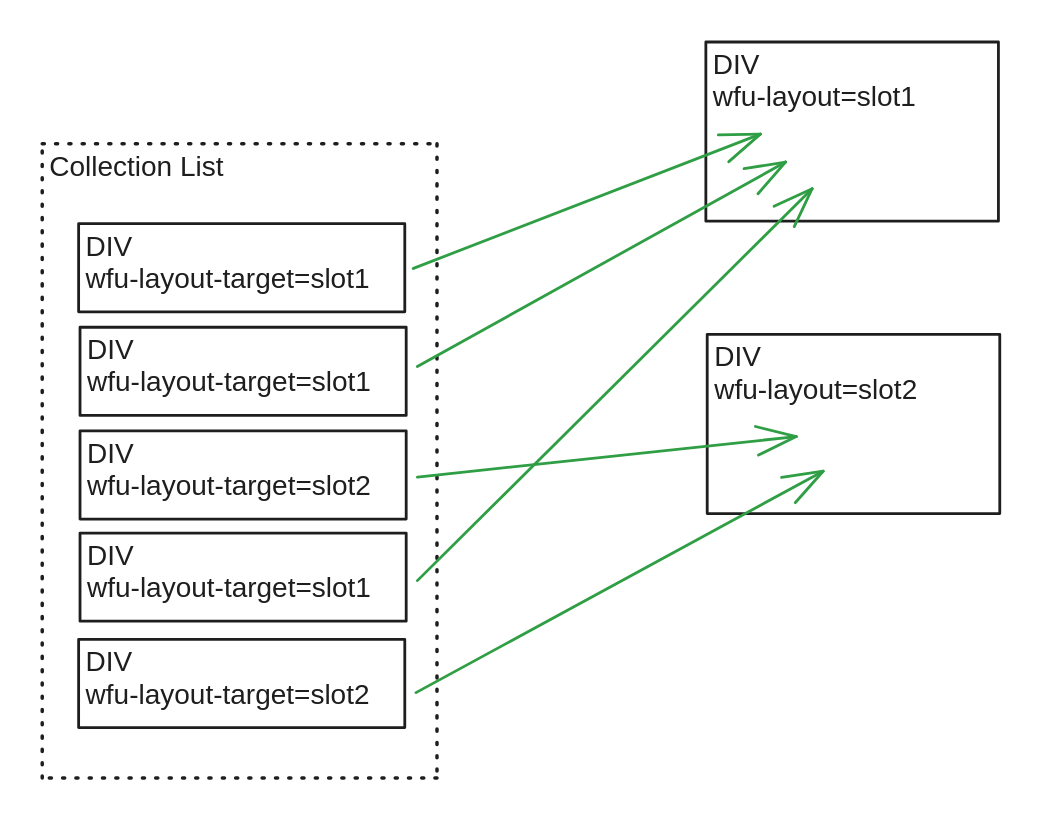
This is .gitbook/assets/file.excalidraw (2).svg from sygnaltech/sa5-docs, a Excalidraw export, as it was before one commit. Source tidied: one line per element, renumbered; positions are measured from the earlier drawing's top-left corner, leaving out a move shared by most shapes.
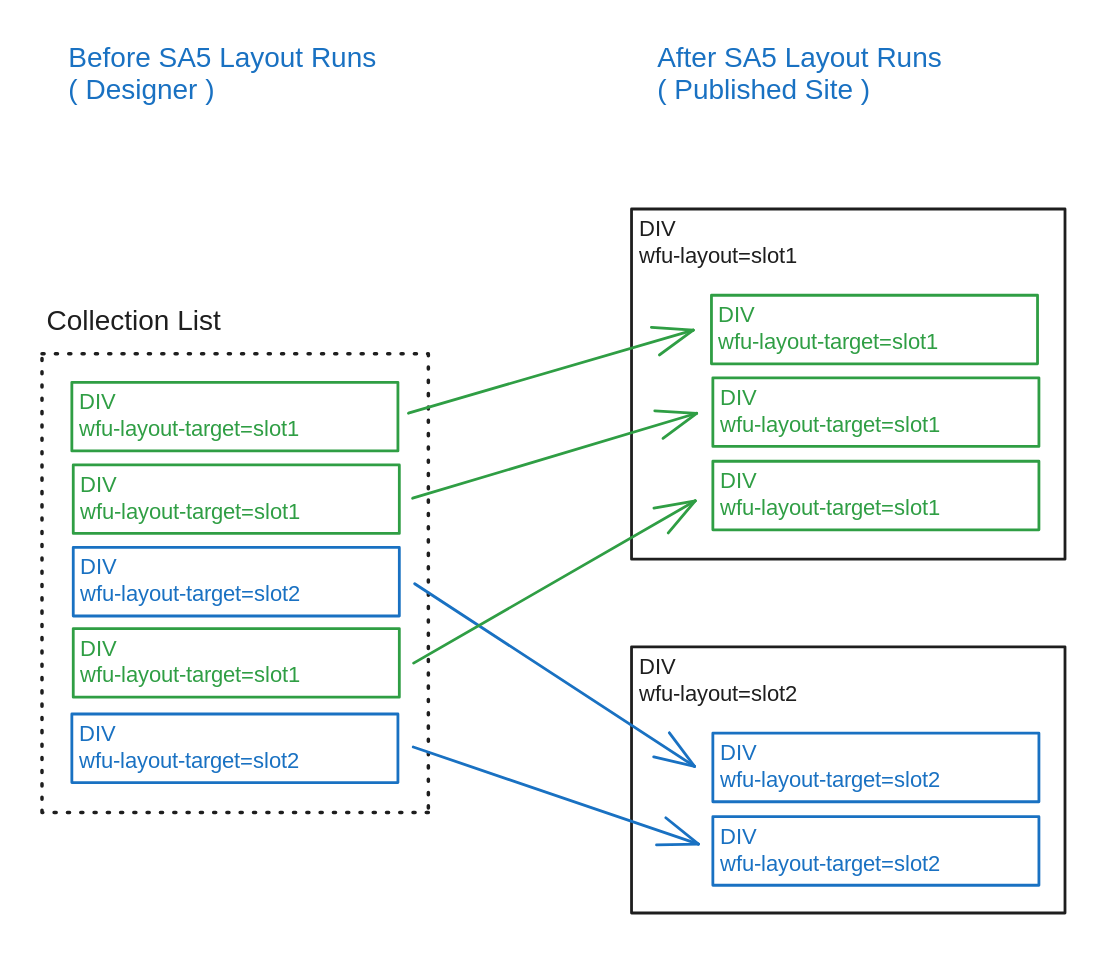
The same file after the commit.

What changed in the source:
```diff
@@ -1,21 +1,33 @@
-{"id": 0, "type": "rectangle", "strokeColor": "#1e1e1e", "strokeWidth": 2, "strokeStyle": "dotted", "roughness": 0, "x": 0, "y": 73, "width": 282, "height": 453}
-{"id": 1, "type": "text", "text": "Collection List", "strokeColor": "#1e1e1e", "strokeWidth": 2, "strokeStyle": "dotted", "roughness": 1, "fontSize": 20, "fontFamily": 2, "inside": 0, "x": 5, "y": 78, "width": 125, "height": 23}
+{"id": 21, "type": "rectangle", "strokeColor": "#1e1e1e", "strokeWidth": 2, "strokeStyle": "dotted", "roughness": 0, "x": 5, "y": 109, "width": 276, "height": 328}
-{"id": 2, "type": "rectangle", "strokeColor": "#1e1e1e", "strokeWidth": 2, "roughness": 0, "x": 474, "y": 0, "width": 209, "height": 128}
+{"id": 2, "type": "rectangle", "strokeColor": "#1e1e1e", "strokeWidth": 2, "roughness": 0, "x": 426, "y": 6, "width": 310, "height": 250}
-{"id": 3, "type": "text", "text": "DIV\nwfu-layout=slot1", "strokeColor": "#1e1e1e", "strokeWidth": 2, "roughness": 1, "fontSize": 20, "fontFamily": 2, "inside": 2, "x": 479, "y": 5, "width": 145, "height": 46}
+{"id": 3, "type": "text", "text": "DIV\nwfu-layout=slot1", "strokeColor": "#1e1e1e", "strokeWidth": 2, "roughness": 1, "fontSize": 16, "fontFamily": 3, "inside": 2, "x": 431, "y": 11, "width": 150, "height": 38}
-{"id": 4, "type": "rectangle", "strokeColor": "#1e1e1e", "strokeWidth": 2, "roughness": 0, "x": 475, "y": 209, "width": 209, "height": 128}
+{"id": 4, "type": "rectangle", "strokeColor": "#1e1e1e", "strokeWidth": 2, "roughness": 0, "x": 426, "y": 319, "width": 310, "height": 190}
-{"id": 5, "type": "text", "text": "DIV\nwfu-layout=slot2", "strokeColor": "#1e1e1e", "strokeWidth": 2, "roughness": 1, "fontSize": 20, "fontFamily": 2, "inside": 4, "x": 480, "y": 214, "width": 145, "height": 46}
+{"id": 5, "type": "text", "text": "DIV\nwfu-layout=slot2", "strokeColor": "#1e1e1e", "strokeWidth": 2, "roughness": 1, "fontSize": 16, "fontFamily": 3, "inside": 4, "x": 431, "y": 324, "width": 150, "height": 38}
-{"id": 6, "type": "rectangle", "strokeColor": "#1e1e1e", "strokeWidth": 2, "roughness": 0, "x": 26, "y": 130, "width": 233, "height": 63}
-{"id": 7, "type": "text", "text": "DIV\nwfu-layout-target=slot1", "strokeColor": "#1e1e1e", "strokeWidth": 2, "roughness": 1, "fontSize": 20, "fontFamily": 2, "inside": 6, "x": 31, "y": 135, "width": 203, "height": 46}
-{"id": 8, "type": "rectangle", "strokeColor": "#1e1e1e", "strokeWidth": 2, "roughness": 0, "x": 27, "y": 204, "width": 233, "height": 63}
-{"id": 9, "type": "text", "text": "DIV\nwfu-layout-target=slot1", "strokeColor": "#1e1e1e", "strokeWidth": 2, "roughness": 1, "fontSize": 20, "fontFamily": 2, "inside": 8, "x": 32, "y": 209, "width": 203, "height": 46}
-{"id": 10, "type": "rectangle", "strokeColor": "#1e1e1e", "strokeWidth": 2, "roughness": 0, "x": 27, "y": 278, "width": 233, "height": 63}
-{"id": 11, "type": "text", "text": "DIV\nwfu-layout-target=slot2", "strokeColor": "#1e1e1e", "strokeWidth": 2, "roughness": 1, "fontSize": 20, "fontFamily": 2, "inside": 10, "x": 32, "y": 283, "width": 203, "height": 46}
-{"id": 12, "type": "rectangle", "strokeColor": "#1e1e1e", "strokeWidth": 2, "roughness": 0, "x": 27, "y": 351, "width": 233, "height": 63}
-{"id": 13, "type": "text", "text": "DIV\nwfu-layout-target=slot1", "strokeColor": "#1e1e1e", "strokeWidth": 2, "roughness": 1, "fontSize": 20, "fontFamily": 2, "inside": 12, "x": 32, "y": 356, "width": 203, "height": 46}
-{"id": 14, "type": "rectangle", "strokeColor": "#1e1e1e", "strokeWidth": 2, "roughness": 0, "x": 26, "y": 427, "width": 233, "height": 63}
-{"id": 15, "type": "text", "text": "DIV\nwfu-layout-target=slot2", "strokeColor": "#1e1e1e", "strokeWidth": 2, "roughness": 1, "fontSize": 20, "fontFamily": 2, "inside": 14, "x": 31, "y": 432, "width": 203, "height": 46}
+{"id": 22, "type": "rectangle", "strokeColor": "#2f9e44", "strokeWidth": 2, "roughness": 0, "x": 26, "y": 130, "width": 233, "height": 49}
+{"id": 23, "type": "text", "text": "DIV\nwfu-layout-target=slot1", "strokeColor": "#2f9e44", "strokeWidth": 2, "roughness": 1, "fontSize": 16, "fontFamily": 3, "inside": 22, "x": 31, "y": 135, "width": 216, "height": 38}
+{"id": 24, "type": "rectangle", "strokeColor": "#2f9e44", "strokeWidth": 2, "roughness": 0, "x": 27, "y": 189, "width": 233, "height": 49}
+{"id": 25, "type": "text", "text": "DIV\nwfu-layout-target=slot1", "strokeColor": "#2f9e44", "strokeWidth": 2, "roughness": 1, "fontSize": 16, "fontFamily": 3, "inside": 24, "x": 32, "y": 194, "width": 216, "height": 38}
+{"id": 26, "type": "rectangle", "strokeColor": "#1971c2", "strokeWidth": 2, "roughness": 0, "x": 27, "y": 248, "width": 233, "height": 49}
+{"id": 27, "type": "text", "text": "DIV\nwfu-layout-target=slot2", "strokeColor": "#1971c2", "strokeWidth": 2, "roughness": 1, "fontSize": 16, "fontFamily": 3, "inside": 26, "x": 32, "y": 253, "width": 216, "height": 38}
+{"id": 28, "type": "rectangle", "strokeColor": "#2f9e44", "strokeWidth": 2, "roughness": 0, "x": 27, "y": 306, "width": 233, "height": 49}
+{"id": 29, "type": "text", "text": "DIV\nwfu-layout-target=slot1", "strokeColor": "#2f9e44", "strokeWidth": 2, "roughness": 1, "fontSize": 16, "fontFamily": 3, "inside": 28, "x": 32, "y": 311, "width": 216, "height": 38}
+{"id": 30, "type": "rectangle", "strokeColor": "#1971c2", "strokeWidth": 2, "roughness": 0, "x": 26, "y": 367, "width": 233, "height": 49}
+{"id": 31, "type": "text", "text": "DIV\nwfu-layout-target=slot2", "strokeColor": "#1971c2", "strokeWidth": 2, "roughness": 1, "fontSize": 16, "fontFamily": 3, "inside": 30, "x": 31, "y": 372, "width": 216, "height": 38}
-{"id": 16, "type": "arrow", "strokeColor": "#2f9e44", "strokeWidth": 2, "roughness": 0, "endArrowhead": "arrow", "from": 6, "x": 265, "y": 162, "width": 248, "height": 96, "points": [[0, 0], [248, -96]]}
+{"id": 16, "type": "arrow", "strokeColor": "#2f9e44", "strokeWidth": 2, "roughness": 0, "endArrowhead": "arrow", "from": 22, "to": 6, "x": 266, "y": 152, "width": 204, "height": 59, "points": [[0, 0], [204, -59]]}
-{"id": 17, "type": "arrow", "strokeColor": "#2f9e44", "strokeWidth": 2, "roughness": 0, "endArrowhead": "arrow", "from": 8, "x": 268, "y": 232, "width": 263, "height": 146, "points": [[0, 0], [263, -146]]}
+{"id": 17, "type": "arrow", "strokeColor": "#2f9e44", "strokeWidth": 2, "roughness": 0, "endArrowhead": "arrow", "from": 24, "to": 8, "x": 269, "y": 213, "width": 203, "height": 61, "points": [[0, 0], [203, -61]]}
-{"id": 18, "type": "arrow", "strokeColor": "#2f9e44", "strokeWidth": 2, "roughness": 0, "endArrowhead": "arrow", "from": 10, "x": 268, "y": 311, "width": 271, "height": 29, "points": [[0, 0], [271, -29]]}
+{"id": 18, "type": "arrow", "strokeColor": "#1971c2", "strokeWidth": 2, "roughness": 0, "endArrowhead": "arrow", "from": 26, "to": 10, "x": 271, "y": 274, "width": 200, "height": 131, "points": [[0, 0], [200, 131]]}
-{"id": 19, "type": "arrow", "strokeColor": "#2f9e44", "strokeWidth": 2, "roughness": 0, "endArrowhead": "arrow", "from": 12, "x": 268, "y": 385, "width": 282, "height": 280, "points": [[0, 0], [282, -280]]}
+{"id": 19, "type": "arrow", "strokeColor": "#2f9e44", "strokeWidth": 2, "roughness": 0, "endArrowhead": "arrow", "from": 28, "to": 12, "x": 270, "y": 330, "width": 201, "height": 116, "points": [[0, 0], [201, -116]]}
-{"id": 20, "type": "arrow", "strokeColor": "#2f9e44", "strokeWidth": 2, "roughness": 0, "endArrowhead": "arrow", "from": 14, "x": 267, "y": 465, "width": 291, "height": 158, "points": [[0, 0], [291, -158]]}
+{"id": 20, "type": "arrow", "strokeColor": "#1971c2", "strokeWidth": 2, "roughness": 0, "endArrowhead": "arrow", "from": 30, "to": 14, "x": 270, "y": 390, "width": 204, "height": 69, "points": [[0, 0], [204, 69]]}
+{"id": 32, "type": "text", "text": "Before SA5 Layout Runs\n( Designer )", "strokeColor": "#1971c2", "strokeWidth": 2, "roughness": 1, "fontSize": 20, "fontFamily": 2, "x": 23, "y": -113, "width": 220, "height": 46}
+{"id": 33, "type": "text", "text": "After SA5 Layout Runs\n( Published Site )", "strokeColor": "#1971c2", "strokeWidth": 2, "roughness": 1, "fontSize": 20, "fontFamily": 2, "x": 444, "y": -113, "width": 203, "height": 46}
+{"id": 1, "type": "text", "text": "Collection List", "strokeColor": "#1e1e1e", "strokeWidth": 2, "roughness": 1, "fontSize": 20, "fontFamily": 2, "x": 8, "y": 75, "width": 125, "height": 23}
+{"id": 6, "type": "rectangle", "strokeColor": "#2f9e44", "strokeWidth": 2, "roughness": 0, "x": 483, "y": 68, "width": 233, "height": 49}
+{"id": 7, "type": "text", "text": "DIV\nwfu-layout-target=slot1", "strokeColor": "#2f9e44", "strokeWidth": 2, "roughness": 1, "fontSize": 16, "fontFamily": 3, "inside": 6, "x": 488, "y": 73, "width": 216, "height": 38}
+{"id": 8, "type": "rectangle", "strokeColor": "#2f9e44", "strokeWidth": 2, "roughness": 0, "x": 484, "y": 127, "width": 233, "height": 49}
+{"id": 9, "type": "text", "text": "DIV\nwfu-layout-target=slot1", "strokeColor": "#2f9e44", "strokeWidth": 2, "roughness": 1, "fontSize": 16, "fontFamily": 3, "inside": 8, "x": 489, "y": 132, "width": 216, "height": 38}
+{"id": 12, "type": "rectangle", "strokeColor": "#2f9e44", "strokeWidth": 2, "roughness": 0, "x": 484, "y": 186, "width": 233, "height": 49}
+{"id": 13, "type": "text", "text": "DIV\nwfu-layout-target=slot1", "strokeColor": "#2f9e44", "strokeWidth": 2, "roughness": 1, "fontSize": 16, "fontFamily": 3, "inside": 12, "x": 489, "y": 191, "width": 216, "height": 38}
+{"id": 10, "type": "rectangle", "strokeColor": "#1971c2", "strokeWidth": 2, "roughness": 0, "x": 484, "y": 380, "width": 233, "height": 49}
+{"id": 11, "type": "text", "text": "DIV\nwfu-layout-target=slot2", "strokeColor": "#1971c2", "strokeWidth": 2, "roughness": 1, "fontSize": 16, "fontFamily": 3, "inside": 10, "x": 489, "y": 385, "width": 216, "height": 38}
+{"id": 14, "type": "rectangle", "strokeColor": "#1971c2", "strokeWidth": 2, "roughness": 0, "x": 484, "y": 440, "width": 233, "height": 49}
+{"id": 15, "type": "text", "text": "DIV\nwfu-layout-target=slot2", "strokeColor": "#1971c2", "strokeWidth": 2, "roughness": 1, "fontSize": 16, "fontFamily": 3, "inside": 14, "x": 489, "y": 445, "width": 216, "height": 38}
```
